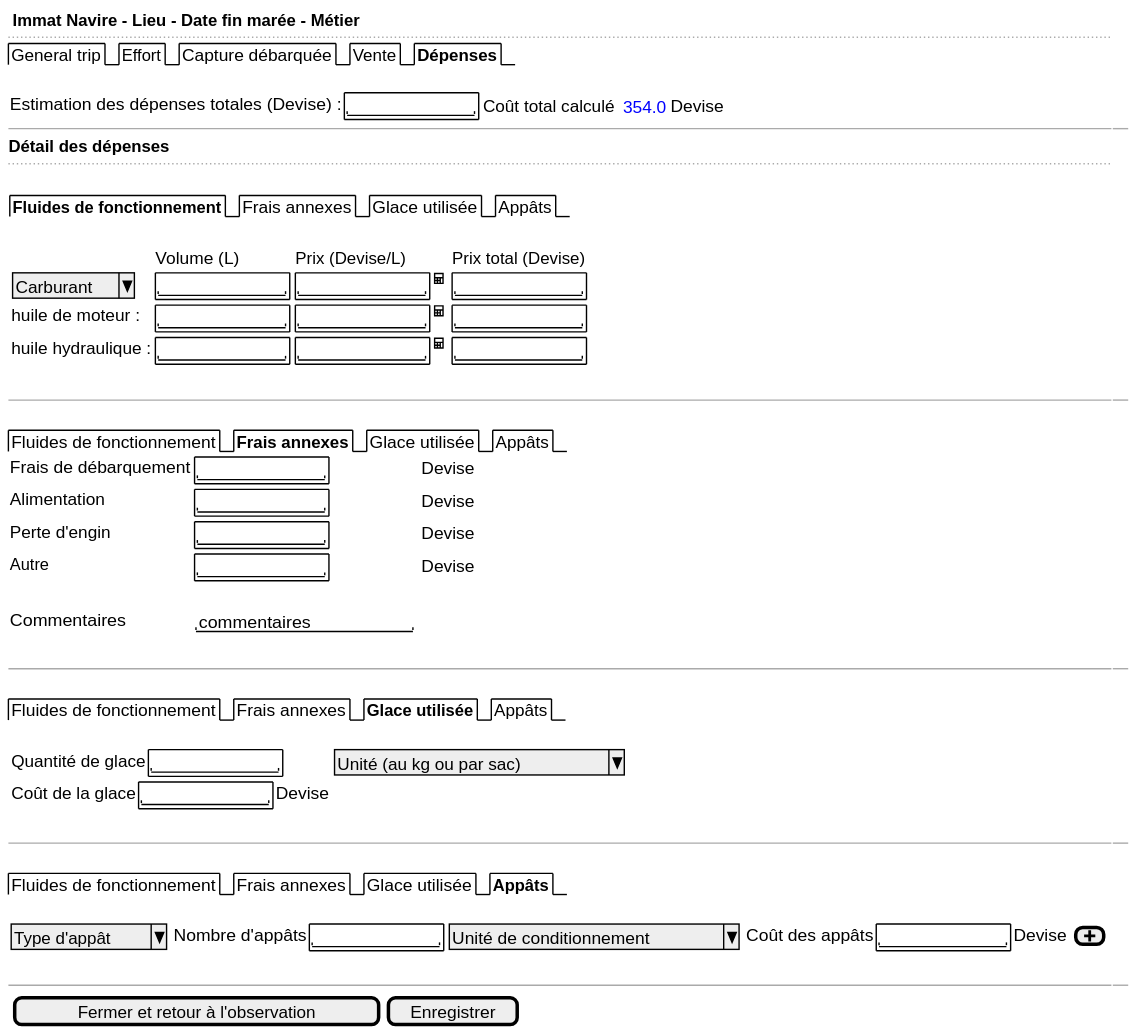
Above: use-case/collect/trip/landing-ui-expenses.svg in sumaris-net/sumaris-doc (PlantUML), before the change. Its source is kept beside it as use-case/collect/trip/landing-ui-expenses.puml.
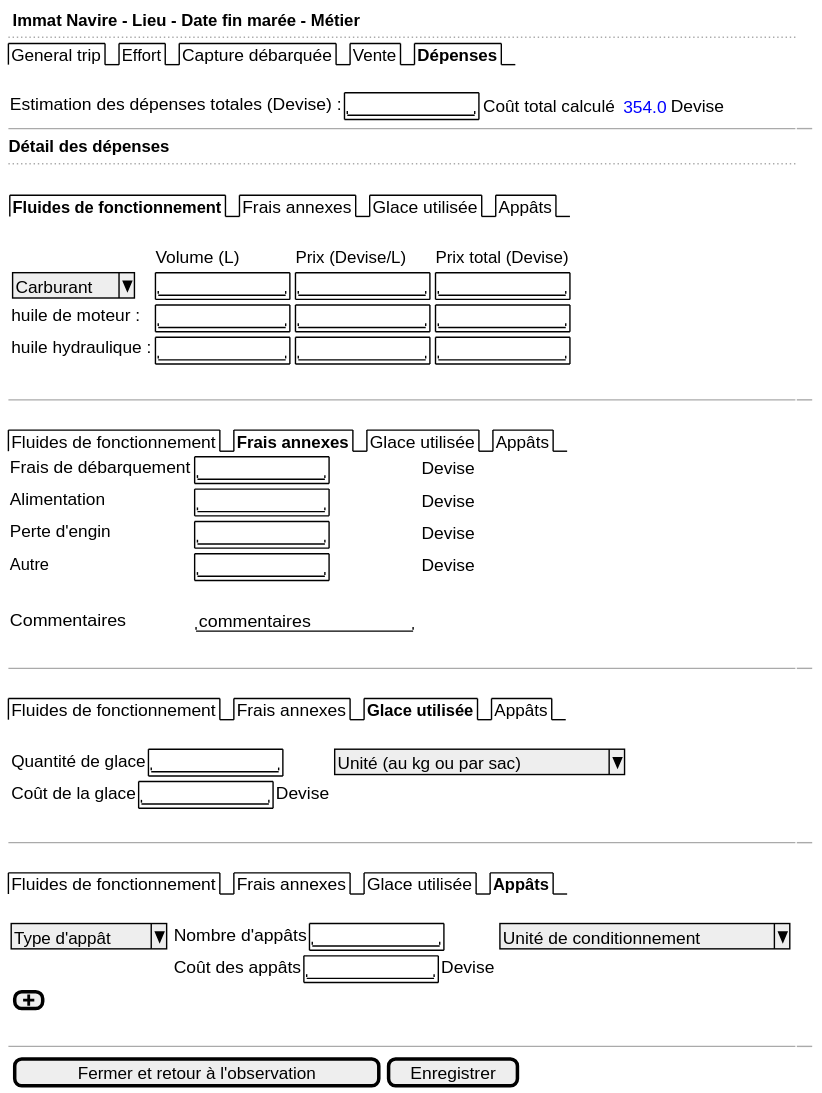
The same diagram one commit later.

The edit, as a diff of the source:
```diff
@@ -46,7 +46,9 @@
     {/ Fluides de fonctionnement | Frais annexes | Glace utilisée | <b>Appâts }
     .
    {
-    { ^Type d'appât^ } | {Nombre d'appâts {+"           " } } | { ^Unité de conditionnement^ } | { Coût des appâts | {+"           " } | Devise} {[<&plus>] }
+    { ^Type d'appât^ } | {Nombre d'appâts {+"           " } } | { ^Unité de conditionnement^ }
+    . | { Coût des appâts | {+"           " } | Devise}
+    {[<&plus>] }
   }
   .
   -- | --
```
